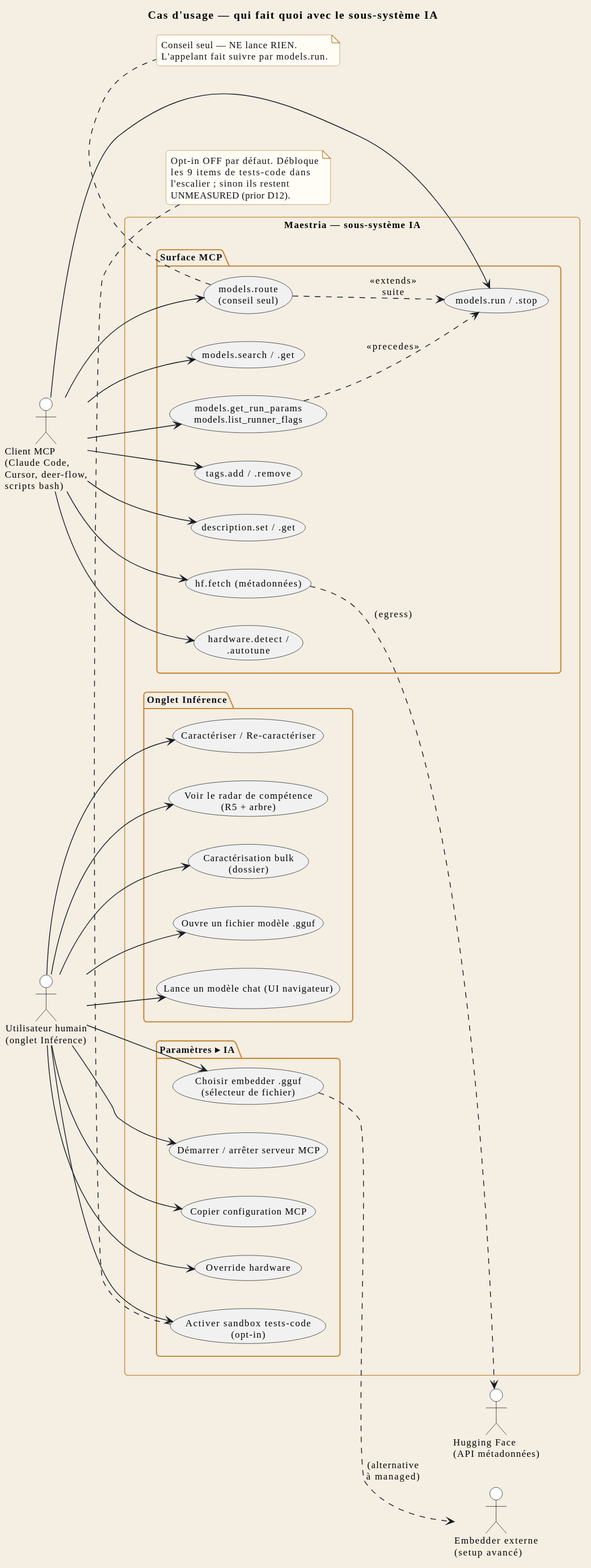
Syphys/maestria keeps this PlantUML diagram as docs/fr/svg/usecase-users.svg. Above is the earlier version. Its diagram source:
```plantuml
@startuml
!include ../_includes/style.iuml
!include ../_includes/usecase/actors.iuml

title Cas d'usage — qui fait quoi avec le sous-système IA

left to right direction

rectangle "Maestria — sous-système IA" {

  package "Onglet Inférence" as UC_UI {
    usecase "Ouvre un fichier modèle .gguf" as UC_OPEN
    usecase "Lance un modèle chat (UI navigateur)" as UC_RUN
    usecase "Caractériser / Re-caractériser" as UC_CH
    usecase "Voir le radar de compétence\n(R5 + arbre)" as UC_RADAR
    usecase "Caractérisation bulk\n(dossier)" as UC_BULK
  }

  package "Paramètres ▸ IA" as UC_SET {
    usecase "Choisir embedder .gguf\n(sélecteur de fichier)" as UC_PICK_EMB
    usecase "Activer sandbox tests-code\n(opt-in)" as UC_OPT_SBX
    usecase "Démarrer / arrêter serveur MCP" as UC_MCP
    usecase "Copier configuration MCP" as UC_COPY_CFG
    usecase "Override hardware" as UC_HW
  }

  package "Surface MCP" as UC_MCP_SURF {
    usecase "models.search / .get" as UC_SEARCH
    usecase "models.run / .stop" as UC_MRUN
    usecase "models.route\n(conseil seul)" as UC_ROUTE
    usecase "models.get_run_params\nmodels.list_runner_flags" as UC_INSPECT
    usecase "tags.add / .remove" as UC_TAGS
    usecase "description.set / .get" as UC_DESC
    usecase "hf.fetch (métadonnées)" as UC_FETCH
    usecase "hardware.detect /\n.autotune" as UC_HW_TOOL
  }
}

A_USER --> UC_OPEN
A_USER --> UC_RUN
A_USER --> UC_CH
A_USER --> UC_RADAR
A_USER --> UC_BULK
A_USER --> UC_PICK_EMB
A_USER --> UC_OPT_SBX
A_USER --> UC_MCP
A_USER --> UC_COPY_CFG
A_USER --> UC_HW

A_MCP_CLI --> UC_SEARCH
A_MCP_CLI --> UC_MRUN
A_MCP_CLI --> UC_ROUTE
A_MCP_CLI --> UC_INSPECT
A_MCP_CLI --> UC_TAGS
A_MCP_CLI --> UC_DESC
A_MCP_CLI --> UC_FETCH
A_MCP_CLI --> UC_HW_TOOL

UC_FETCH ..> A_HF : (egress)
UC_PICK_EMB ..> A_EXT_EMB : (alternative\nà managed)
UC_ROUTE ..> UC_MRUN : <<extends>>\nsuite
UC_INSPECT ..> UC_MRUN : <<precedes>>

note bottom of UC_OPT_SBX
  Opt-in OFF par défaut. Débloque
  les 9 items de tests-code dans
  l'escalier ; sinon ils restent
  UNMEASURED (prior D12).
end note

note bottom of UC_ROUTE
  Conseil seul — NE lance RIEN.
  L'appelant fait suivre par models.run.
end note
@enduml
```
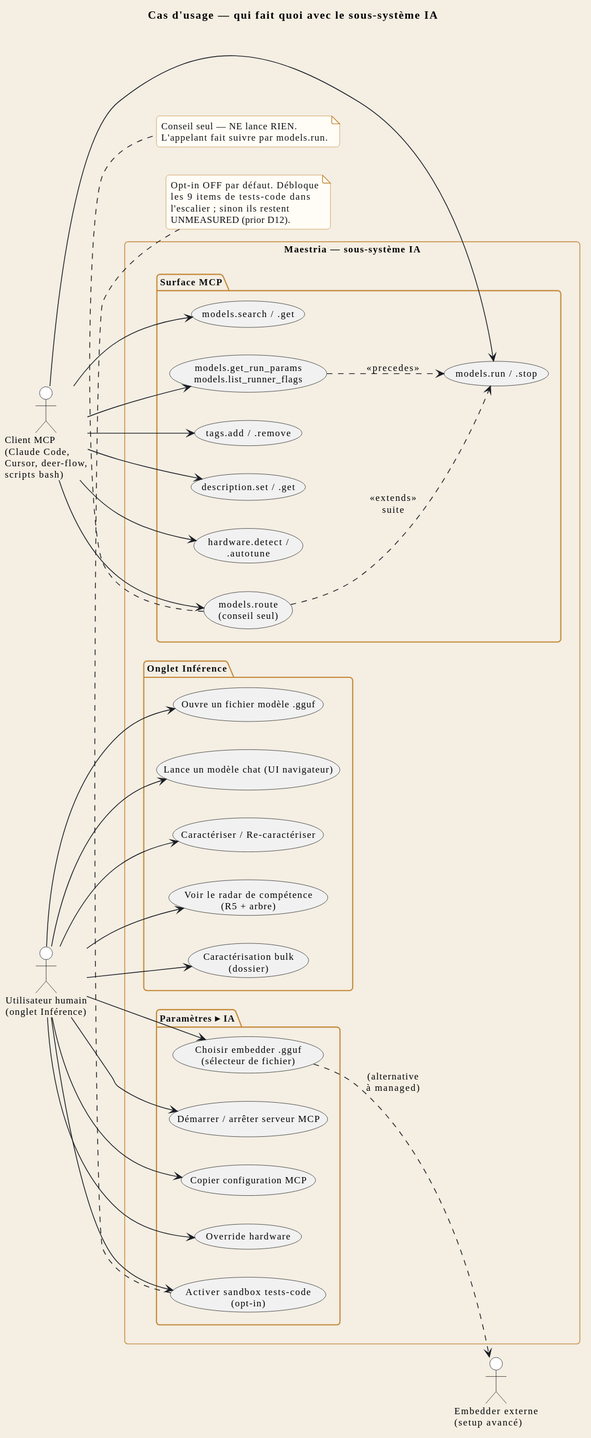
After the change.

Change to the diagram source:
```diff
@@ -2,36 +2,35 @@
 !include ../_includes/style.iuml
 !include ../_includes/usecase/actors.iuml
 
-title Cas d'usage — qui fait quoi avec le sous-système IA
+title STR_UCU_TITLE
 
 left to right direction
 
-rectangle "Maestria — sous-système IA" {
+rectangle "STR_UCU_RECT_LABEL" {
 
-  package "Onglet Inférence" as UC_UI {
-    usecase "Ouvre un fichier modèle .gguf" as UC_OPEN
-    usecase "Lance un modèle chat (UI navigateur)" as UC_RUN
-    usecase "Caractériser / Re-caractériser" as UC_CH
-    usecase "Voir le radar de compétence\n(R5 + arbre)" as UC_RADAR
-    usecase "Caractérisation bulk\n(dossier)" as UC_BULK
+  package "STR_UCU_PKG_UI" as UC_UI {
+    usecase "STR_UCU_OPEN" as UC_OPEN
+    usecase "STR_UCU_RUN" as UC_RUN
+    usecase "STR_UCU_CH" as UC_CH
+    usecase "STR_UCU_RADAR" as UC_RADAR
+    usecase "STR_UCU_BULK" as UC_BULK
   }
 
-  package "Paramètres ▸ IA" as UC_SET {
-    usecase "Choisir embedder .gguf\n(sélecteur de fichier)" as UC_PICK_EMB
-    usecase "Activer sandbox tests-code\n(opt-in)" as UC_OPT_SBX
-    usecase "Démarrer / arrêter serveur MCP" as UC_MCP
-    usecase "Copier configuration MCP" as UC_COPY_CFG
+  package "STR_UCU_PKG_SET" as UC_SET {
+    usecase "STR_UCU_PICK_EMB" as UC_PICK_EMB
+    usecase "STR_UCU_OPT_SBX" as UC_OPT_SBX
+    usecase "STR_UCU_MCP" as UC_MCP
+    usecase "STR_UCU_COPY_CFG" as UC_COPY_CFG
     usecase "Override hardware" as UC_HW
   }
 
-  package "Surface MCP" as UC_MCP_SURF {
+  package "STR_UCU_PKG_MCP_SURF" as UC_MCP_SURF {
     usecase "models.search / .get" as UC_SEARCH
     usecase "models.run / .stop" as UC_MRUN
-    usecase "models.route\n(conseil seul)" as UC_ROUTE
+    usecase "STR_UCU_ROUTE" as UC_ROUTE
     usecase "models.get_run_params\nmodels.list_runner_flags" as UC_INSPECT
     usecase "tags.add / .remove" as UC_TAGS
     usecase "description.set / .get" as UC_DESC
-    usecase "hf.fetch (métadonnées)" as UC_FETCH
     usecase "hardware.detect /\n.autotune" as UC_HW_TOOL
   }
 }
@@ -53,23 +52,21 @@
 A_MCP_CLI --> UC_INSPECT
 A_MCP_CLI --> UC_TAGS
 A_MCP_CLI --> UC_DESC
-A_MCP_CLI --> UC_FETCH
 A_MCP_CLI --> UC_HW_TOOL
 
-UC_FETCH ..> A_HF : (egress)
-UC_PICK_EMB ..> A_EXT_EMB : (alternative\nà managed)
-UC_ROUTE ..> UC_MRUN : <<extends>>\nsuite
+UC_PICK_EMB ..> A_EXT_EMB : STR_UCU_REL_ALT
+UC_ROUTE ..> UC_MRUN : STR_UCU_REL_EXTENDS
 UC_INSPECT ..> UC_MRUN : <<precedes>>
 
 note bottom of UC_OPT_SBX
-  Opt-in OFF par défaut. Débloque
-  les 9 items de tests-code dans
-  l'escalier ; sinon ils restent
-  UNMEASURED (prior D12).
+  STR_UCU_NOTE_SBX_L1
+  STR_UCU_NOTE_SBX_L2
+  STR_UCU_NOTE_SBX_L3
+  STR_UCU_NOTE_SBX_L4
 end note
 
 note bottom of UC_ROUTE
-  Conseil seul — NE lance RIEN.
-  L'appelant fait suivre par models.run.
+  STR_UCU_NOTE_ROUTE_L1
+  STR_UCU_NOTE_ROUTE_L2
 end note
 @enduml
```
